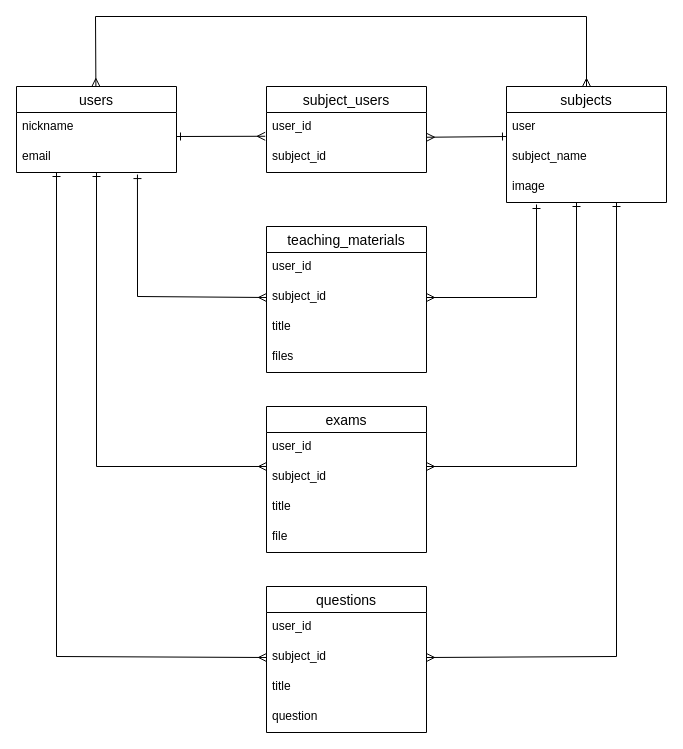
yuyunaginagi/agri-40237 keeps this draw.io diagram as agri.dio. Above is the earlier version. Source tidied: cells renumbered, new cells numbered last; positions are measured from the earlier drawing's top-left corner, leaving out a move shared by most shapes. Both pictures are drawn from the tidied source at 100%, with x=0, y=0 at pixel (16, 16).
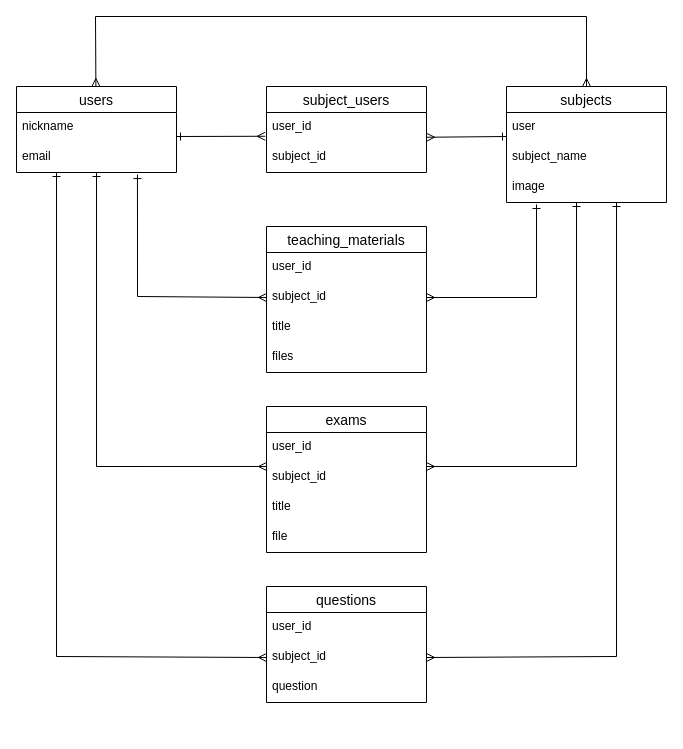
After the change.

What changed in the source:
```diff
@@
     <mxCell id="28" value="questions" style="swimlane;fontStyle=0;horizontal=1;startSize=26;align=center;fontSize=14;" parent="1" vertex="1">
-      <mxGeometry x="250" y="570" width="160" height="146" as="geometry" />
+      <mxGeometry x="250" y="570" width="160" height="116" as="geometry" />
     </mxCell>
@@
-    <mxCell id="31" value="title" style="text;strokeColor=none;fillColor=none;spacingLeft=4;spacingRight=4;overflow=hidden;fontSize=12;" parent="28" vertex="1">
-      <mxGeometry y="86" width="160" height="30" as="geometry" />
-    </mxCell>
     <mxCell id="32" value="question" style="text;strokeColor=none;fillColor=none;spacingLeft=4;spacingRight=4;overflow=hidden;fontSize=12;" parent="28" vertex="1">
-      <mxGeometry y="116" width="160" height="30" as="geometry" />
+      <mxGeometry y="86" width="160" height="30" as="geometry" />
     </mxCell>
```
